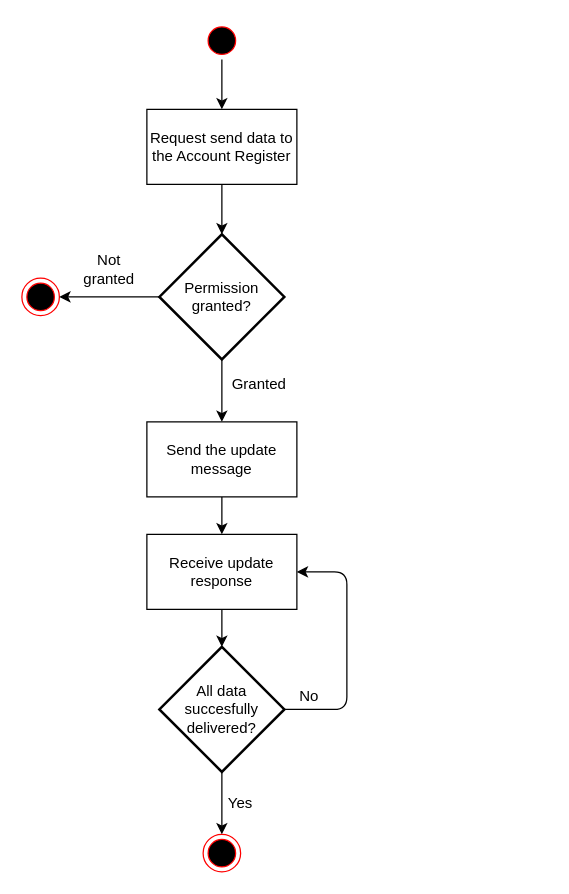
This is diagrams/flowchart_update.drawio from FinnishCustoms-SuomenTulli/account-register-information-update, a draw.io file, before an edit. Source tidied: cells renumbered, new cells numbered last; positions are measured from the earlier drawing's top-left corner, leaving out a move shared by most shapes. Both pictures are drawn from the tidied source at 125%, with x=0, y=0 at pixel (21, 21).
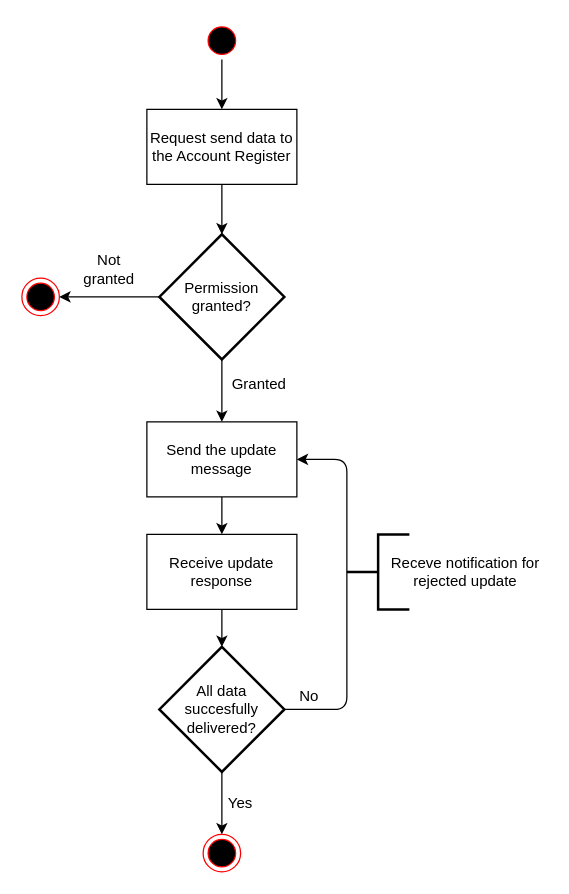
The same page after the edit.

Commit message (it also covers changes not shown here):
TR-304, Kuvan 2.1. termien kääntäminen englanniksi

The change refers to these unchanged cells:
```xml
<mxCell id="9" value="Send the update message" style="rounded=0;whiteSpace=wrap;html=1;" parent="1" vertex="1">
  <mxGeometry x="100" y="320" width="120" height="60" as="geometry" />
</mxCell>
<mxCell id="10" value="All data succesfully delivered?" style="strokeWidth=2;html=1;shape=mxgraph.flowchart.decision;whiteSpace=wrap;verticalAlign=middle;" parent="1" vertex="1">
  <mxGeometry x="110" y="500" width="100" height="100" as="geometry" />
</mxCell>
<mxCell id="18" value="Receive update response" style="rounded=0;whiteSpace=wrap;html=1;" parent="1" vertex="1">
  <mxGeometry x="100" y="410" width="120" height="60" as="geometry" />
</mxCell>
```

Change to the diagram source:
```diff
@@
-    <mxCell id="20" style="endArrow=classic;html=1;exitX=1;exitY=0.5;exitDx=0;exitDy=0;exitPerimeter=0;entryX=1;entryY=0.5;entryDx=0;entryDy=0;" parent="1" edge="1" source="10" target="18">
+    <mxCell id="20" style="endArrow=classic;html=1;exitX=1;exitY=0.5;exitDx=0;exitDy=0;exitPerimeter=0;entryX=1;entryY=0.5;entryDx=0;entryDy=0;" parent="1" edge="1" source="10" target="9">
       <mxGeometry relative="1" as="geometry">
         <Array as="points">
           <mxPoint x="260" y="550" />
           <mxPoint x="260" y="500" />
-          <mxPoint x="260" y="440" />
+          <mxPoint x="260" y="350" />
         </Array>
       </mxGeometry>
     </mxCell>
@@
+    <mxCell id="23" style="group;" parent="1" vertex="1">
+      <mxGeometry x="260" y="410" width="160" height="60" as="geometry" />
+    </mxCell>
+    <mxCell id="24" value="Receve notification for rejected update" style="text;html=1;strokeColor=none;fillColor=none;align=center;verticalAlign=middle;whiteSpace=wrap;rounded=0;" parent="23" vertex="1">
+      <mxGeometry x="30" y="20" width="130" height="20" as="geometry" />
+    </mxCell>
+    <mxCell id="25" style="strokeWidth=2;html=1;shape=mxgraph.flowchart.annotation_2;align=left;labelPosition=right;" parent="23" vertex="1">
+      <mxGeometry width="50" height="60" as="geometry" />
+    </mxCell>
```
